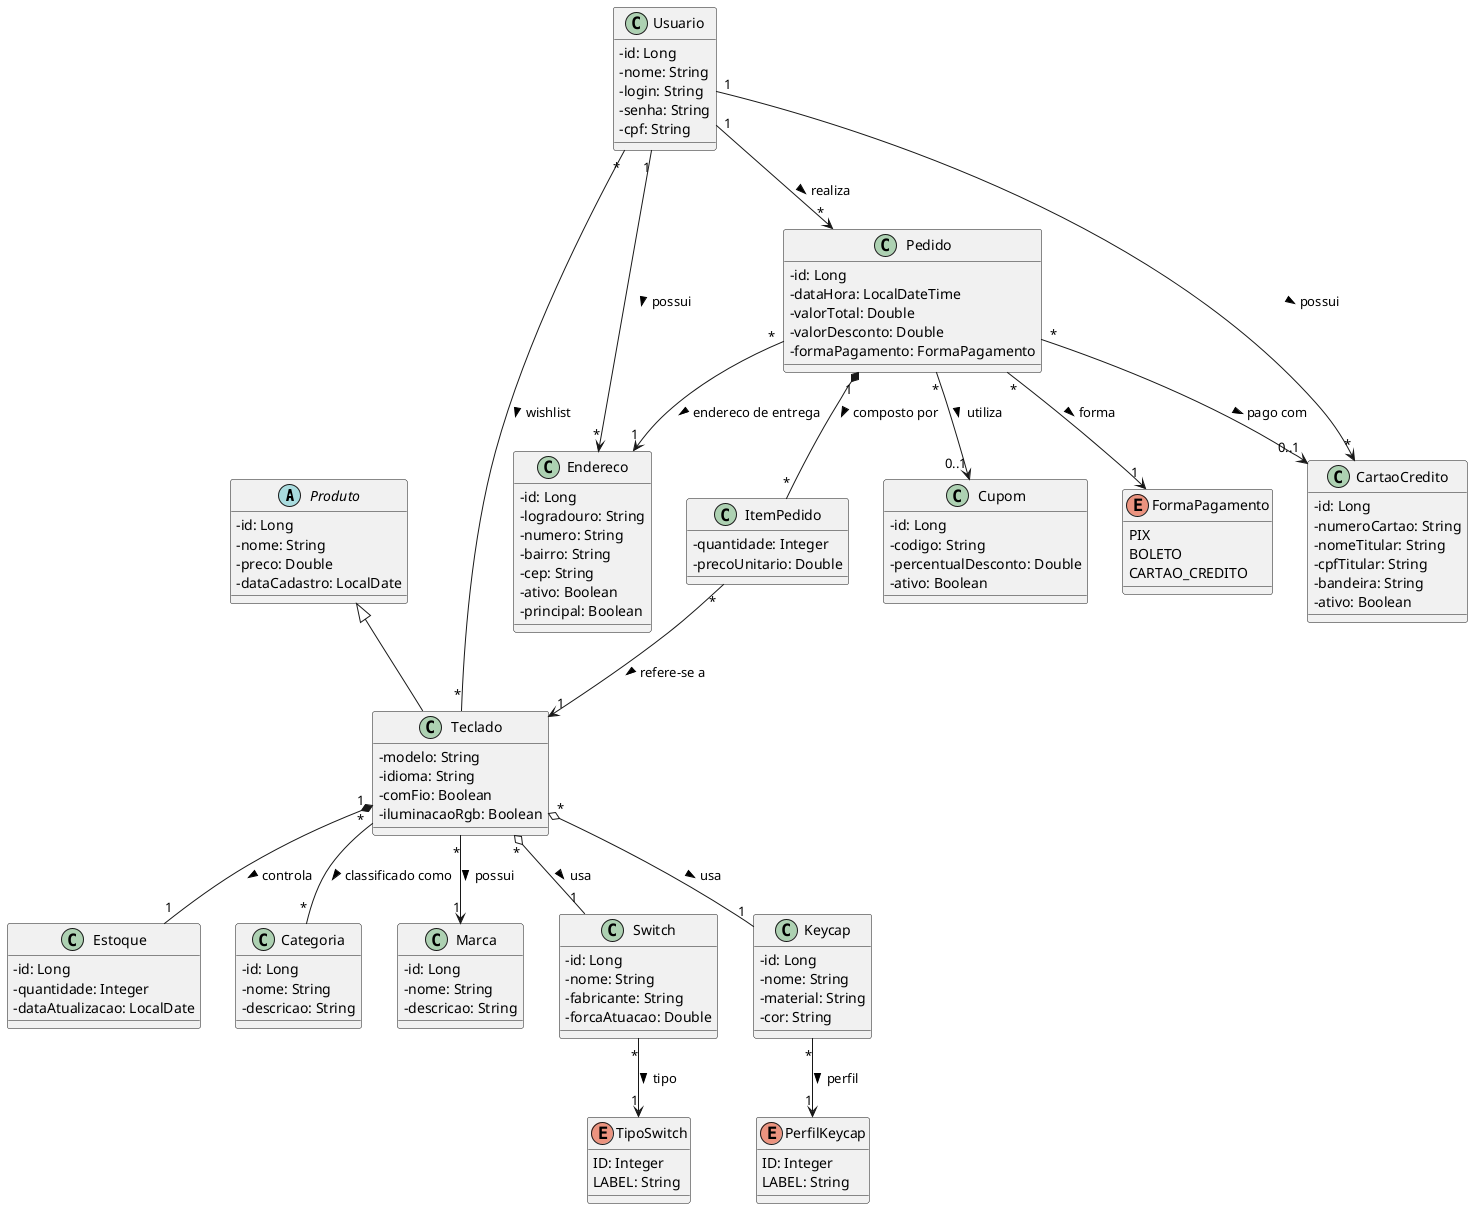
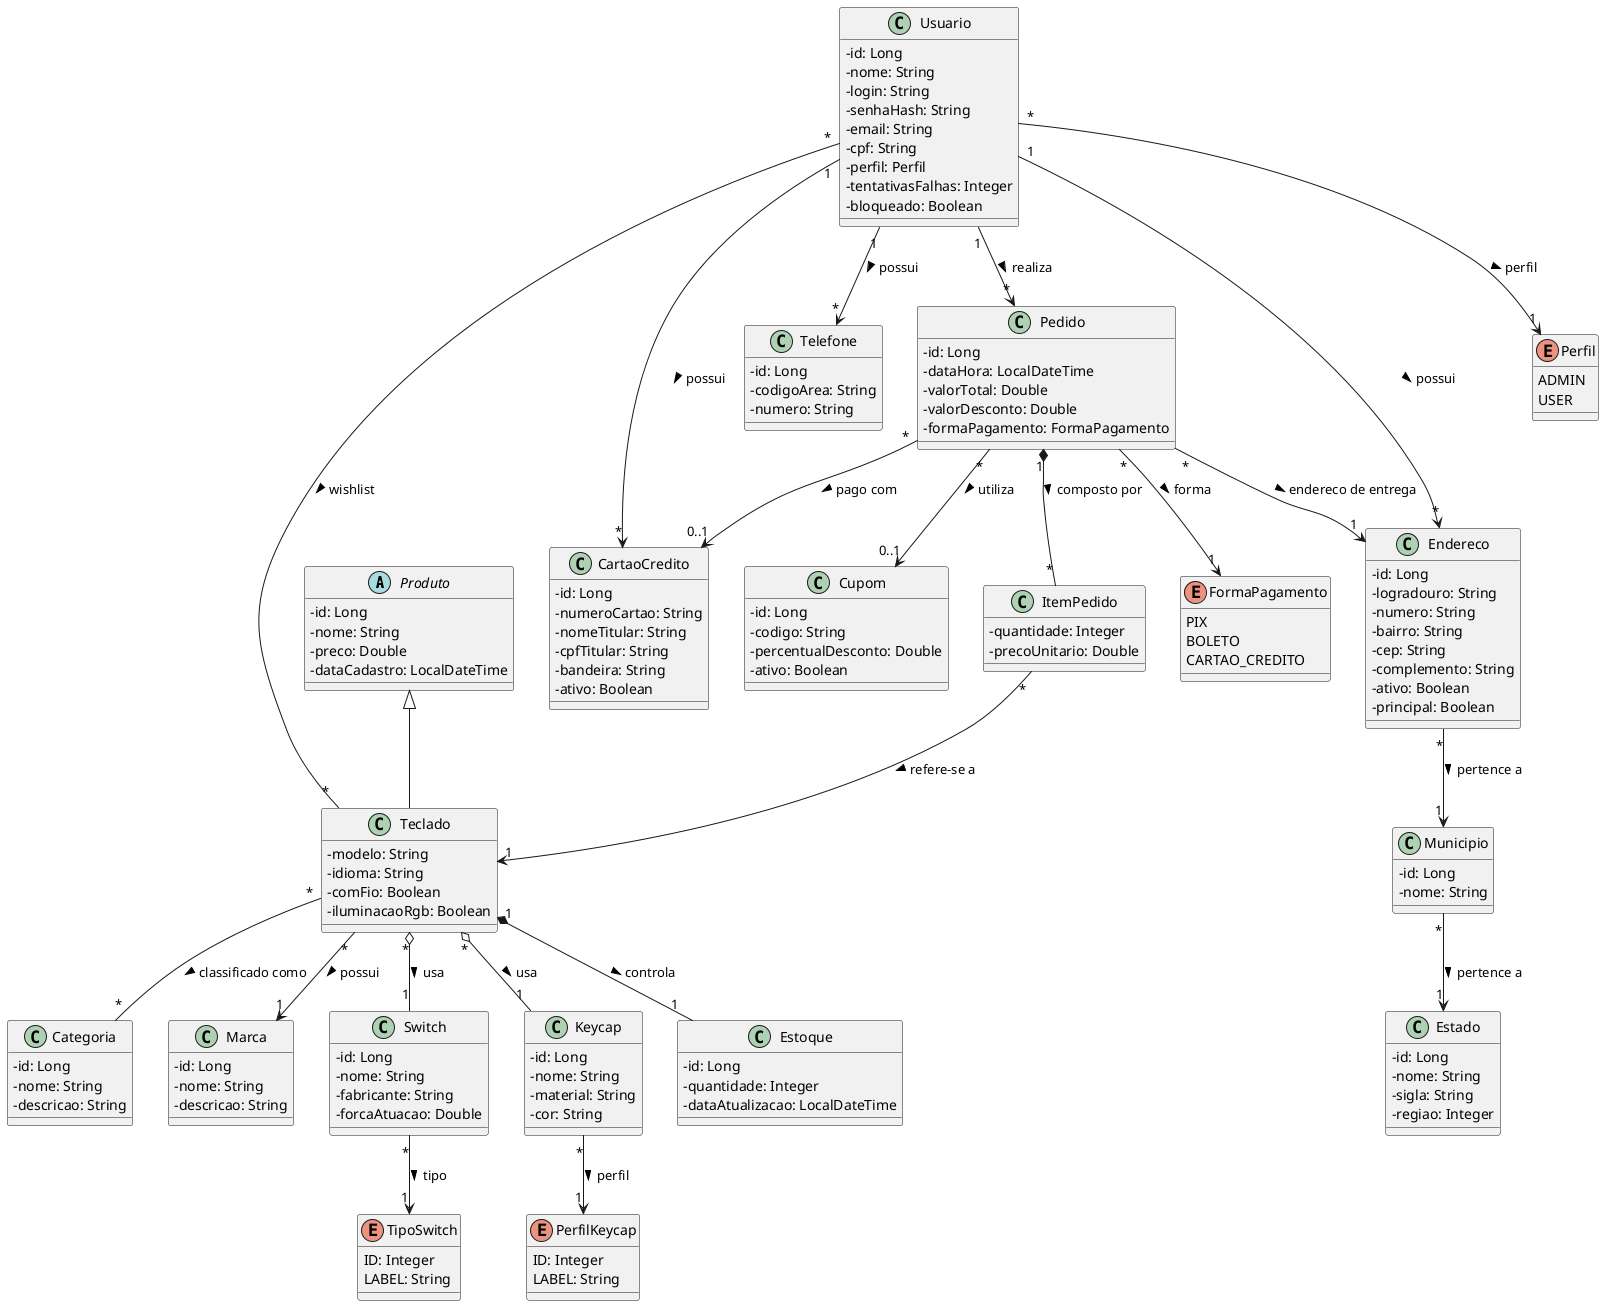
@startuml
skinparam classAttributeIconSize 0
skinparam monochrome false
skinparam shadowing false

' HERANÇA E COMPOSIÇÃO
abstract class Produto {
    - id: Long
    - nome: String
    - preco: Double
-     - dataCadastro: LocalDate
+     - dataCadastro: LocalDateTime
}

class Teclado {
    - modelo: String
    - idioma: String
    - comFio: Boolean
    - iluminacaoRgb: Boolean
}

class Estoque {
    - id: Long
    - quantidade: Integer
-     - dataAtualizacao: LocalDate
+     - dataAtualizacao: LocalDateTime
}

' CATÁLOGO BASE

class Categoria {
    - id: Long
    - nome: String
    - descricao: String
}

class Marca {
    - id: Long
    - nome: String
    - descricao: String
}

class Switch {
    - id: Long
    - nome: String
    - fabricante: String
    - forcaAtuacao: Double
}

class Keycap {
    - id: Long
    - nome: String
    - material: String
    - cor: String
}

- ' USUÁRIOS E VENDAS (NOVAS CLASSES)
+ ' USUÁRIOS E VENDAS

class Usuario {
    - id: Long
    - nome: String
    - login: String
-     - senha: String
+     - senhaHash: String
+     - email: String
    - cpf: String
+     - perfil: Perfil
+     - tentativasFalhas: Integer
+     - bloqueado: Boolean
+ }
+ 
+ class Telefone {
+     - id: Long
+     - codigoArea: String
+     - numero: String
}

class Endereco {
    - id: Long
    - logradouro: String
    - numero: String
    - bairro: String
    - cep: String
+     - complemento: String
    - ativo: Boolean
    - principal: Boolean
+ }
+ 
+ class Municipio {
+     - id: Long
+     - nome: String
+ }
+ 
+ class Estado {
+     - id: Long
+     - nome: String
+     - sigla: String
+     - regiao: Integer
}

class CartaoCredito {
    - id: Long
    - numeroCartao: String
    - nomeTitular: String
    - cpfTitular: String
    - bandeira: String
    - ativo: Boolean
}

class Cupom {
    - id: Long
    - codigo: String
    - percentualDesconto: Double
    - ativo: Boolean
}

class Pedido {
    - id: Long
    - dataHora: LocalDateTime
    - valorTotal: Double
    - valorDesconto: Double
    - formaPagamento: FormaPagamento
}

class ItemPedido {
    - quantidade: Integer
    - precoUnitario: Double
}

' ENUMS

enum TipoSwitch {
    ID: Integer
    LABEL: String
}

enum PerfilKeycap {
    ID: Integer
    LABEL: String
}

enum FormaPagamento {
    PIX
    BOLETO
    CARTAO_CREDITO
}

+ enum Perfil {
+     ADMIN
+     USER
+ }
+ 
' 1. Herança (Seta com ponta vazada)
Produto <|-- Teclado

' 2. Composição (Diamante preenchido) | Cardinalidade
Teclado "1" *-- "1" Estoque : controla >
Pedido "1" *-- "*" ItemPedido : composto por >

' 3. Agregação (Diamante vazio) | Cardinalidade N:1
Teclado "*" o-- "1" Switch : usa >
Teclado "*" o-- "1" Keycap : usa >

' 4. Associação Simples | Cardinalidade N:1 e 1:N
Teclado "*" --> "1" Marca : possui >
Usuario "1" --> "*" Endereco : possui >
+ Usuario "1" --> "*" Telefone : possui >
Usuario "1" --> "*" CartaoCredito : possui >
Usuario "1" --> "*" Pedido : realiza >
+ Endereco "*" --> "1" Municipio : pertence a >
+ Municipio "*" --> "1" Estado : pertence a >
Pedido "*" --> "1" Endereco : endereco de entrega >
Pedido "*" --> "0..1" CartaoCredito : pago com >
Pedido "*" --> "0..1" Cupom : utiliza >
ItemPedido "*" --> "1" Teclado : refere-se a >

' 5. Associação Muitos-para-Muitos | Cardinalidade N:N
Teclado "*" -- "*" Categoria : classificado como >
Usuario "*" -- "*" Teclado : wishlist >

' 6. Associações dos Enums | Cardinalidade N:1
Switch "*" --> "1" TipoSwitch : tipo >
Keycap "*" --> "1" PerfilKeycap : perfil >
Pedido "*" --> "1" FormaPagamento : forma >
+ Usuario "*" --> "1" Perfil : perfil >

@enduml